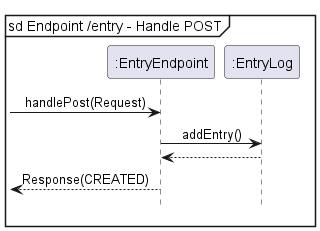
The PlantUML diagram docs/static/backend/endpoint/EntryEndpointPostSequence.png in nus-cs2113-AY2223S2/tp, before a commit. Source of this version:
```plantuml
@startuml
!include ../Style.puml

mainframe sd Endpoint /entry - Handle POST
participant ":EntryEndpoint" as EntryEndpoint
participant ":EntryLog" as EntryLog

-> EntryEndpoint : handlePost(Request)

EntryEndpoint -> EntryLog : addEntry()
return

<-- EntryEndpoint : Response(CREATED)
@enduml
```
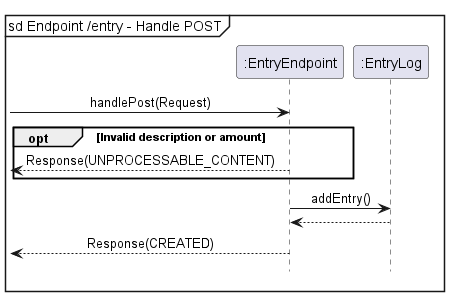
The same file after the commit.

What changed in the source:
```diff
@@ -1,5 +1,5 @@
 @startuml
-!include ../Style.puml
+!include ../../Style.puml
 
 mainframe sd Endpoint /entry - Handle POST
 participant ":EntryEndpoint" as EntryEndpoint
@@ -7,6 +7,10 @@
 
 -> EntryEndpoint : handlePost(Request)
 
+group opt [Invalid description or amount]
+    <-- EntryEndpoint: Response(UNPROCESSABLE_CONTENT)
+end group
+
 EntryEndpoint -> EntryLog : addEntry()
 return
 
```
